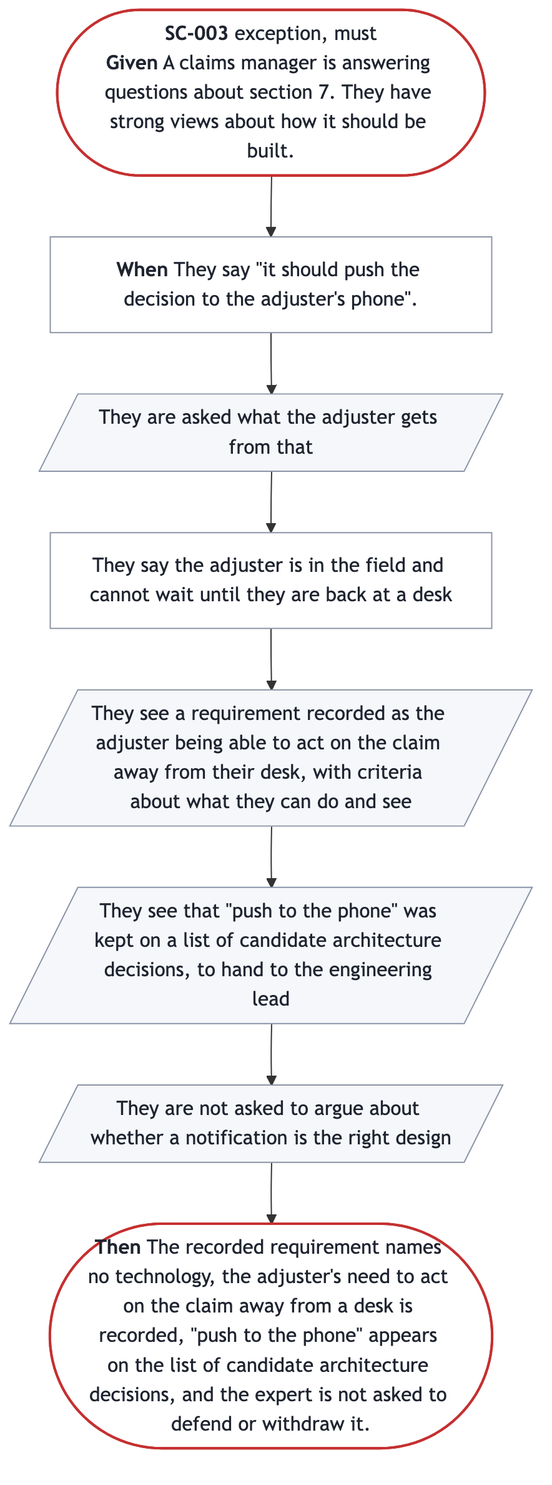
Earlier version of the Mermaid export docs/prd/prd-forge/diagrams/SC-003.png (SpillwaveSolutions/prd-forge). Its source is kept beside it as docs/prd/prd-forge/diagrams/SC-003.mmd.
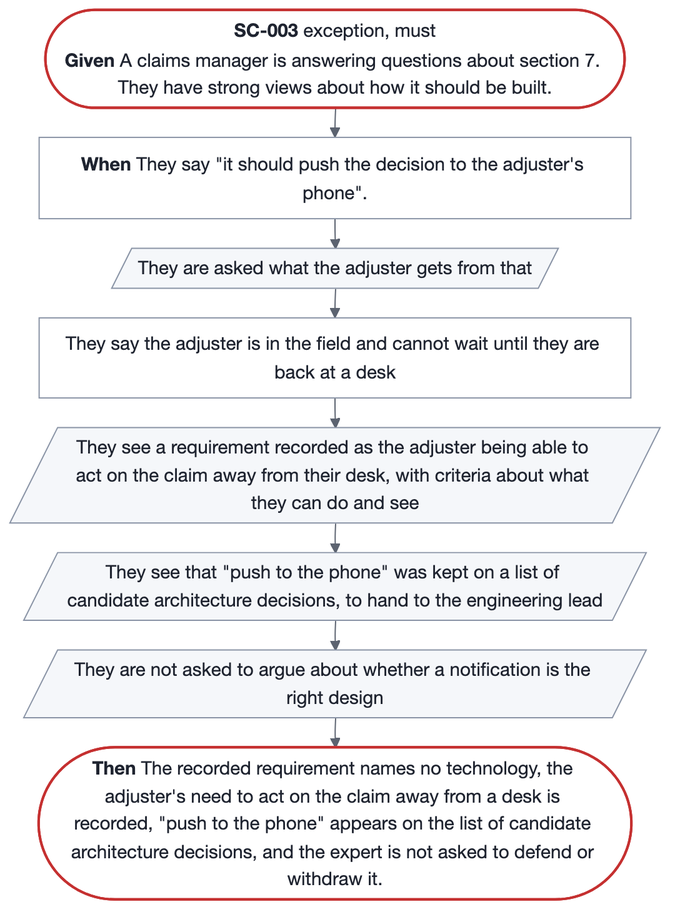
The same diagram one commit later.

Diff of the diagram source:
```diff
@@ -1,4 +1,4 @@
-%%{init: {"flowchart": {"wrappingWidth": 300}}}%%
+%%{init: {"flowchart": {"wrappingWidth": 440, "rankSpacing": 24, "nodeSpacing": 30, "padding": 10}}}%%
 flowchart TB
   start(["<b>SC-003</b> exception, must<br/><b>Given</b> A claims manager is answering questions about section 7. They have strong views about how it should be built."])
   trigger["<b>When</b> They say #quot;it should push the decision to the adjuster's phone#quot;."]
```
